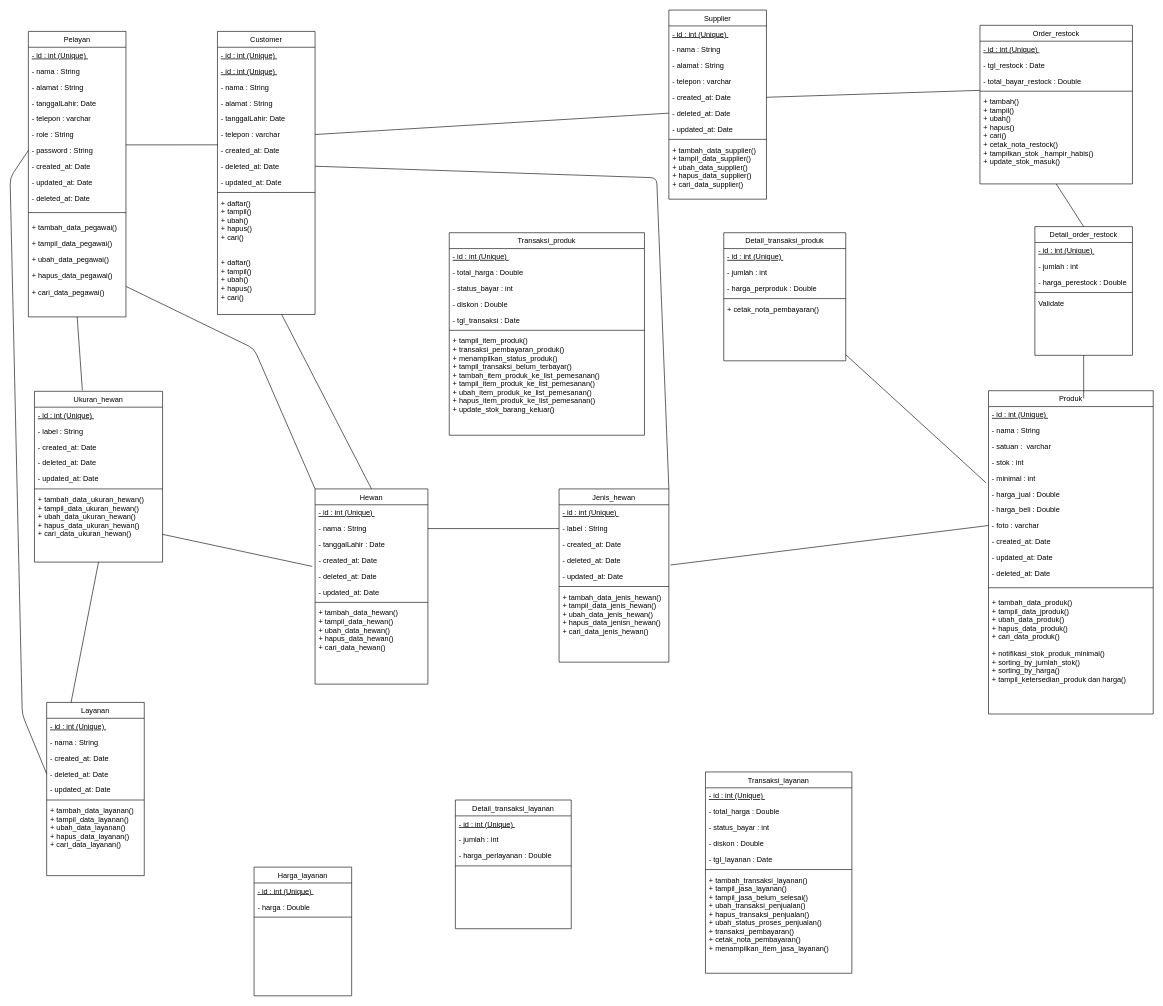
Above: class diagram p3l.drawio in agambewe/classDP3L (draw.io), before the change. Source tidied: cells renumbered, new cells numbered last; positions are measured from the earlier drawing's top-left corner, leaving out a move shared by most shapes. Both pictures are drawn from the tidied source at 61%, with x=0, y=0 at pixel (10, 10).
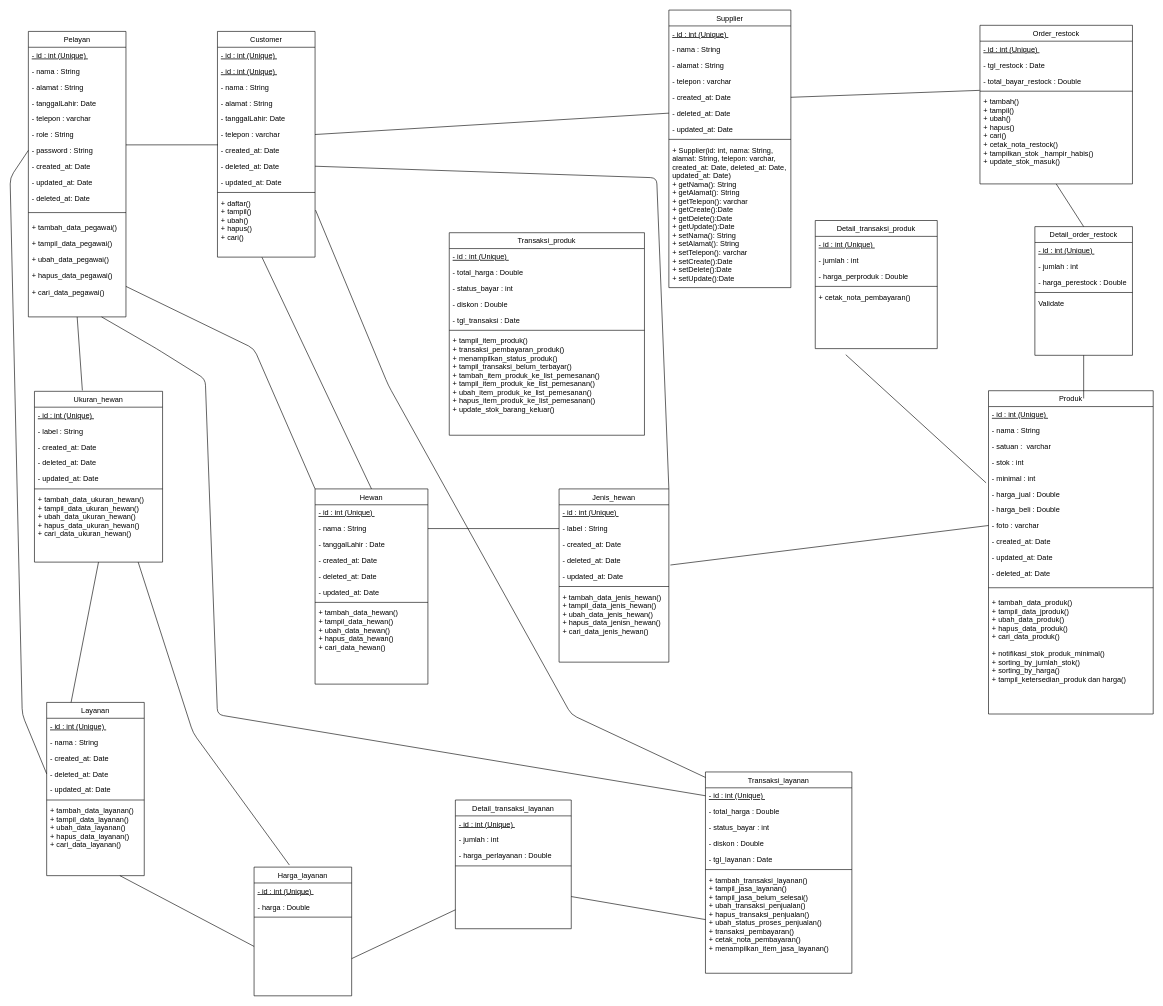
After the change.

The change refers to these unchanged cells:
```xml
<mxCell id="2" value="Pelayan" style="swimlane;fontStyle=0;align=center;verticalAlign=top;horizontal=1;startSize=26;rounded=0;shadow=0;strokeWidth=1;" parent="1" vertex="1">
  <mxGeometry x="30" y="35" width="160" height="468" as="geometry" />
</mxCell>
<mxCell id="29" value="+ daftar()&#10;+ tampil()&#10;+ ubah()&#10;+ hapus()&#10;+ cari()&#10;" style="text;align=left;verticalAlign=top;spacingLeft=4;spacingRight=4;overflow=hidden;points=[[0,0.5],[1,0.5]];portConstraint=eastwest;" parent="18" vertex="1">
  <mxGeometry y="268" width="160" height="98" as="geometry" />
</mxCell>
<mxCell id="42" value="- id : int (Unique) " style="text;align=left;verticalAlign=top;spacingLeft=4;spacingRight=4;overflow=hidden;points=[[0,0.5],[1,0.5]];portConstraint=eastwest;fontStyle=4;" parent="41" vertex="1">
  <mxGeometry y="26" width="240" height="26" as="geometry" />
</mxCell>
<mxCell id="48" value="+ tambah_transaksi_layanan()&#10;+ tampil_jasa_layanan()&#10;+ tampil_jasa_belum_selesai()&#10;+ ubah_transaksi_penjualan()&#10;+ hapus_transaksi_penjualan()&#10;+ ubah_status_proses_penjualan()&#10;+ transaksi_pembayaran()&#10;+ cetak_nota_pembayaran()&#10;+ menampilkan_item_jasa_layanan()&#10;&#10;&#10;" style="text;align=left;verticalAlign=top;spacingLeft=4;spacingRight=4;overflow=hidden;points=[[0,0.5],[1,0.5]];portConstraint=eastwest;" parent="41" vertex="1">
  <mxGeometry y="164" width="240" height="156" as="geometry" />
</mxCell>
<mxCell id="89" value="Hewan" style="swimlane;fontStyle=0;align=center;verticalAlign=top;horizontal=1;startSize=26;rounded=0;shadow=0;strokeWidth=1;" parent="1" vertex="1">
  <mxGeometry x="500" y="785" width="185" height="320" as="geometry" />
</mxCell>
<mxCell id="94" value="- deleted_at: Date" style="text;align=left;verticalAlign=top;spacingLeft=4;spacingRight=4;overflow=hidden;points=[[0,0.5],[1,0.5]];portConstraint=eastwest;rounded=0;shadow=0;html=0;" parent="89" vertex="1">
  <mxGeometry y="130" width="185" height="26" as="geometry" />
</mxCell>
<mxCell id="105" value="+ tambah_data_ukuran_hewan()&#10;+ tampil_data_ukuran_hewan()&#10;+ ubah_data_ukuran_hewan()&#10;+ hapus_data_ukuran_hewan()&#10;+ cari_data_ukuran_hewan()" style="text;align=left;verticalAlign=top;spacingLeft=4;spacingRight=4;overflow=hidden;points=[[0,0.5],[1,0.5]];portConstraint=eastwest;" parent="98" vertex="1">
  <mxGeometry y="164" width="210" height="96" as="geometry" />
</mxCell>
<mxCell id="106" value="Layanan" style="swimlane;fontStyle=0;align=center;verticalAlign=top;horizontal=1;startSize=26;rounded=0;shadow=0;strokeWidth=1;" parent="1" vertex="1">
  <mxGeometry x="60" y="1135" width="160" height="284" as="geometry" />
</mxCell>
<mxCell id="114" value="Harga_layanan" style="swimlane;fontStyle=0;align=center;verticalAlign=top;horizontal=1;startSize=26;rounded=0;shadow=0;strokeWidth=1;" parent="1" vertex="1">
  <mxGeometry x="400" y="1405" width="160" height="211" as="geometry" />
</mxCell>
<mxCell id="118" value="Detail_transaksi_layanan" style="swimlane;fontStyle=0;align=center;verticalAlign=top;horizontal=1;startSize=26;rounded=0;shadow=0;strokeWidth=1;" parent="1" vertex="1">
  <mxGeometry x="730" y="1295" width="190" height="211" as="geometry" />
</mxCell>
```

The edit, as a diff of the source:
```diff
@@
     <mxCell id="18" value="Customer" style="swimlane;fontStyle=0;align=center;verticalAlign=top;horizontal=1;startSize=26;rounded=0;shadow=0;strokeWidth=1;" parent="1" vertex="1">
-      <mxGeometry x="340" y="35" width="160" height="464" as="geometry" />
+      <mxGeometry x="340" y="35" width="160" height="370" as="geometry" />
     </mxCell>
@@
-    <mxCell id="30" value="+ daftar()&#10;+ tampil()&#10;+ ubah()&#10;+ hapus()&#10;+ cari()&#10;" style="text;align=left;verticalAlign=top;spacingLeft=4;spacingRight=4;overflow=hidden;points=[[0,0.5],[1,0.5]];portConstraint=eastwest;" parent="18" vertex="1">
-      <mxGeometry y="366" width="160" height="98" as="geometry" />
-    </mxCell>
     <mxCell id="31" value="Supplier" style="swimlane;fontStyle=0;align=center;verticalAlign=top;horizontal=1;startSize=26;rounded=0;shadow=0;strokeWidth=1;" parent="1" vertex="1">
-      <mxGeometry x="1080" width="160" height="310" as="geometry" />
+      <mxGeometry x="1080" width="200" height="455" as="geometry" />
     </mxCell>
     <mxCell id="32" value="- id : int (Unique) " style="text;align=left;verticalAlign=top;spacingLeft=4;spacingRight=4;overflow=hidden;fontStyle=4;" parent="31" vertex="1">
-      <mxGeometry y="26" width="160" height="26" as="geometry" />
+      <mxGeometry y="26" width="200" height="26" as="geometry" />
     </mxCell>
     <mxCell id="33" value="- nama : String" style="text;align=left;verticalAlign=top;spacingLeft=4;spacingRight=4;overflow=hidden;rounded=0;shadow=0;html=0;" parent="31" vertex="1">
-      <mxGeometry y="52" width="160" height="26" as="geometry" />
+      <mxGeometry y="52" width="200" height="26" as="geometry" />
     </mxCell>
     <mxCell id="34" value="- alamat : String" style="text;align=left;verticalAlign=top;spacingLeft=4;spacingRight=4;overflow=hidden;rounded=0;shadow=0;html=0;" parent="31" vertex="1">
-      <mxGeometry y="78" width="160" height="26" as="geometry" />
+      <mxGeometry y="78" width="200" height="26" as="geometry" />
     </mxCell>
     <mxCell id="35" value="- telepon : varchar" style="text;align=left;verticalAlign=top;spacingLeft=4;spacingRight=4;overflow=hidden;rounded=0;shadow=0;html=0;" parent="31" vertex="1">
-      <mxGeometry y="104" width="160" height="26" as="geometry" />
+      <mxGeometry y="104" width="200" height="26" as="geometry" />
     </mxCell>
     <mxCell id="36" value="- created_at: Date" style="text;align=left;verticalAlign=top;spacingLeft=4;spacingRight=4;overflow=hidden;points=[[0,0.5],[1,0.5]];portConstraint=eastwest;rounded=0;shadow=0;html=0;" parent="31" vertex="1">
-      <mxGeometry y="130" width="160" height="26" as="geometry" />
+      <mxGeometry y="130" width="200" height="26" as="geometry" />
     </mxCell>
     <mxCell id="37" value="- deleted_at: Date" style="text;align=left;verticalAlign=top;spacingLeft=4;spacingRight=4;overflow=hidden;points=[[0,0.5],[1,0.5]];portConstraint=eastwest;rounded=0;shadow=0;html=0;" parent="31" vertex="1">
-      <mxGeometry y="156" width="160" height="26" as="geometry" />
+      <mxGeometry y="156" width="200" height="26" as="geometry" />
     </mxCell>
     <mxCell id="38" value="- updated_at: Date" style="text;align=left;verticalAlign=top;spacingLeft=4;spacingRight=4;overflow=hidden;rounded=0;shadow=0;html=0;" parent="31" vertex="1">
-      <mxGeometry y="182" width="160" height="26" as="geometry" />
+      <mxGeometry y="182" width="200" height="26" as="geometry" />
     </mxCell>
     <mxCell id="39" style="line;html=1;strokeWidth=1;align=left;verticalAlign=middle;spacingTop=-1;spacingLeft=3;spacingRight=3;labelPosition=right;" parent="31" vertex="1">
-      <mxGeometry y="208" width="160" height="8" as="geometry" />
+      <mxGeometry y="208" width="200" height="8" as="geometry" />
     </mxCell>
-    <mxCell id="40" value="+ tambah_data_supplier()&#10;+ tampil_data_supplier()&#10;+ ubah_data_supplier()&#10;+ hapus_data_supplier()&#10;+ cari_data_supplier()" style="text;align=left;verticalAlign=top;spacingLeft=4;spacingRight=4;overflow=hidden;" parent="31" vertex="1">
-      <mxGeometry y="216" width="160" height="94" as="geometry" />
+    <mxCell id="40" value="+ Supplier(id: int, nama: String, &#10;alamat: String, telepon: varchar,&#10;created_at: Date, deleted_at: Date,&#10;updated_at: Date)&#10;+ getNama(): String&#10;+ getAlamat(): String&#10;+ getTelepon(): varchar&#10;+ getCreate():Date&#10;+ getDelete():Date&#10;+ getUpdate():Date&#10;+ setNama(): String&#10;+ setAlamat(): String&#10;+ setTelepon(): varchar&#10;+ setCreate():Date&#10;+ setDelete():Date&#10;+ setUpdate():Date" style="text;align=left;verticalAlign=top;spacingLeft=4;spacingRight=4;overflow=hidden;" parent="31" vertex="1">
+      <mxGeometry y="216" width="200" height="234" as="geometry" />
     </mxCell>
@@
     <mxCell id="49" value="Detail_transaksi_produk" style="swimlane;fontStyle=0;align=center;verticalAlign=top;horizontal=1;startSize=26;rounded=0;shadow=0;strokeWidth=1;" parent="1" vertex="1">
-      <mxGeometry x="1170" y="365" width="200" height="210" as="geometry" />
+      <mxGeometry x="1320" y="345" width="200" height="210" as="geometry" />
     </mxCell>
@@
-    <mxCell id="140" style="endArrow=none;html=1;exitX=0.5;exitY=0;exitDx=0;exitDy=0;" parent="1" edge="1" source="89" target="30">
+    <mxCell id="140" style="endArrow=none;html=1;exitX=0.5;exitY=0;exitDx=0;exitDy=0;entryX=0.456;entryY=1.044;entryDx=0;entryDy=0;entryPerimeter=0;" parent="1" edge="1" source="89" target="29">
       <mxGeometry relative="1" as="geometry" />
     </mxCell>
@@
-    <mxCell id="142" style="endArrow=none;html=1;exitX=-0.025;exitY=-0.115;exitDx=0;exitDy=0;exitPerimeter=0;" parent="1" edge="1" source="94" target="105">
-      <mxGeometry relative="1" as="geometry" />
-    </mxCell>
@@
+    <mxCell id="146" style="endArrow=none;html=1;exitX=0.75;exitY=1;exitDx=0;exitDy=0;" parent="1" edge="1" source="106">
+      <mxGeometry relative="1" as="geometry">
+        <mxPoint x="400" y="1535" as="targetPoint" />
+      </mxGeometry>
+    </mxCell>
+    <mxCell id="147" style="endArrow=none;html=1;" parent="1" edge="1">
+      <mxGeometry relative="1" as="geometry">
+        <mxPoint x="560" y="1555" as="sourcePoint" />
+        <mxPoint x="730" y="1475" as="targetPoint" />
+      </mxGeometry>
+    </mxCell>
+    <mxCell id="148" style="endArrow=none;html=1;entryX=0;entryY=0.5;entryDx=0;entryDy=0;exitX=1;exitY=0.75;exitDx=0;exitDy=0;" parent="1" edge="1" source="118" target="48">
+      <mxGeometry relative="1" as="geometry" />
+    </mxCell>
+    <mxCell id="149" style="endArrow=none;html=1;entryX=0;entryY=0.5;entryDx=0;entryDy=0;exitX=0.75;exitY=1;exitDx=0;exitDy=0;" parent="1" edge="1" source="2" target="42">
+      <mxGeometry relative="1" as="geometry">
+        <Array as="points">
+          <mxPoint x="240" y="555" />
+          <mxPoint x="320" y="605" />
+          <mxPoint x="340" y="1155" />
+        </Array>
+      </mxGeometry>
+    </mxCell>
+    <mxCell id="150" style="endArrow=none;html=1;exitX=0.362;exitY=-0.016;exitDx=0;exitDy=0;exitPerimeter=0;" parent="1" edge="1" source="114">
+      <mxGeometry relative="1" as="geometry">
+        <mxPoint x="210" y="905" as="targetPoint" />
+        <Array as="points">
+          <mxPoint x="300" y="1185" />
+        </Array>
+      </mxGeometry>
+    </mxCell>
+    <mxCell id="151" style="endArrow=none;html=1;entryX=1.005;entryY=0.255;entryDx=0;entryDy=0;entryPerimeter=0;" parent="1" edge="1" target="29">
+      <mxGeometry relative="1" as="geometry">
+        <mxPoint x="1140" y="1258" as="sourcePoint" />
+        <Array as="points">
+          <mxPoint x="920" y="1155" />
+          <mxPoint x="620" y="615" />
+        </Array>
+      </mxGeometry>
+    </mxCell>
```
